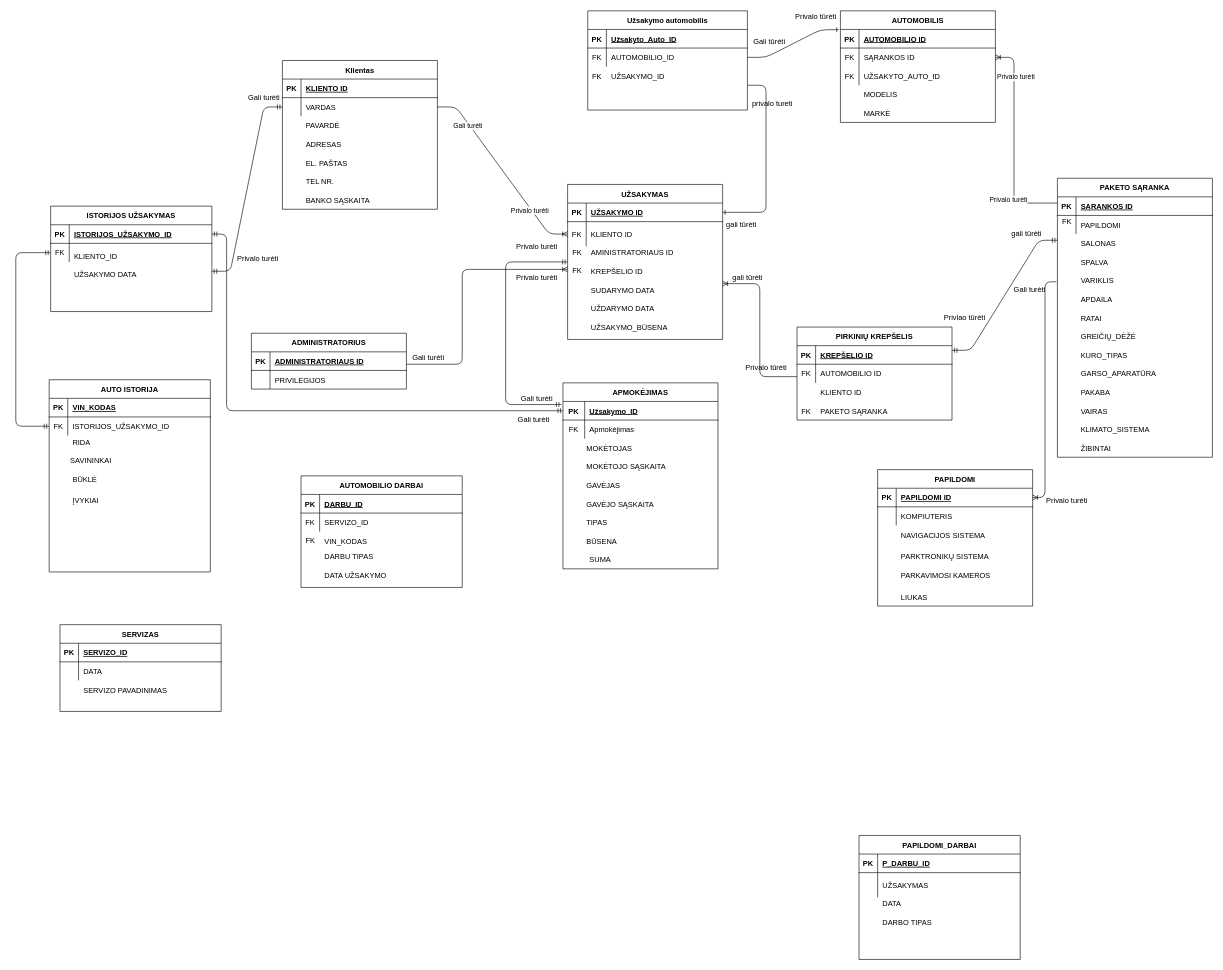
combatants7/Win keeps this draw.io diagram as DuomenuBazesMaketas.drawio. Above is the earlier version. Source tidied: cells renumbered, new cells numbered last; positions are measured from the earlier drawing's top-left corner, leaving out a move shared by most shapes. Both pictures are drawn from the tidied source at 62%, with x=0, y=0 at pixel (16, 11).
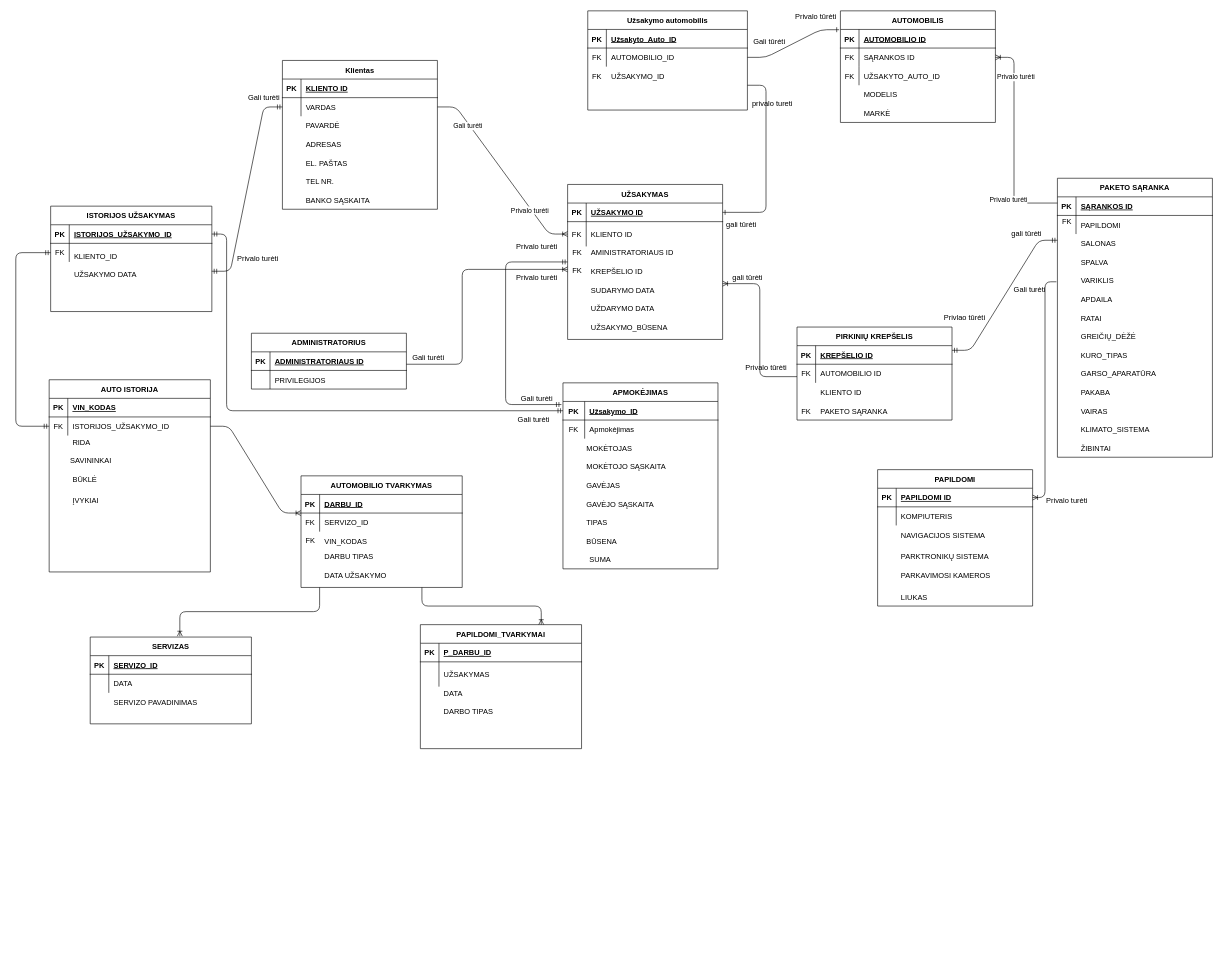
The same page after the edit.

The change refers to these unchanged cells:
```xml
<mxCell id="179" style="shape=partialRectangle;fillColor=none;points=[[0,0.5],[1,0.5]];portConstraint=eastwest;top=0;left=0;right=0;bottom=0;" parent="175" vertex="1">
  <mxGeometry y="60" width="260" height="30" as="geometry" />
</mxCell>
```

Diff of the diagram source:
```diff
@@
     <mxCell id="142" value="SERVIZO PAVADINIMAS" style="shape=partialRectangle;overflow=hidden;fillColor=none;top=0;left=0;bottom=0;right=0;align=left;spacingLeft=6;" parent="1" vertex="1">
-      <mxGeometry x="101.2" y="1080" width="230" height="30" as="geometry" />
+      <mxGeometry x="150" y="1100" width="230" height="30" as="geometry" />
     </mxCell>
@@
     <mxCell id="148" value="DATA" style="shape=partialRectangle;overflow=hidden;fillColor=none;top=0;left=0;bottom=0;right=0;align=left;spacingLeft=6;" parent="1" vertex="1">
-      <mxGeometry x="1390" y="1420" width="230" height="40" as="geometry" />
+      <mxGeometry x="682.5" y="1080" width="230" height="40" as="geometry" />
     </mxCell>
     <mxCell id="149" value="DARBO TIPAS" style="shape=partialRectangle;overflow=hidden;fillColor=none;top=0;left=0;bottom=0;right=0;align=left;spacingLeft=6;" parent="1" vertex="1">
-      <mxGeometry x="1390" y="1450" width="230" height="40" as="geometry" />
+      <mxGeometry x="682.5" y="1110" width="230" height="40" as="geometry" />
     </mxCell>
@@
-    <mxCell id="157" value="PAPILDOMI_DARBAI" style="shape=table;startSize=30;childLayout=tableLayout;rowLines=0;fontStyle=1;align=center;" parent="1" vertex="1">
-      <mxGeometry x="1360" y="1330" width="260" height="200" as="geometry" />
+    <mxCell id="157" value="PAPILDOMI_TVARKYMAI" style="shape=table;startSize=30;childLayout=tableLayout;rowLines=0;fontStyle=1;align=center;" parent="1" vertex="1">
+      <mxGeometry x="652.5" y="990" width="260" height="200" as="geometry" />
     </mxCell>
@@
-    <mxCell id="187" value="AUTOMOBILIO DARBAI" style="shape=table;startSize=30;childLayout=tableLayout;rowLines=0;fontStyle=1;align=center;" parent="1" vertex="1">
+    <mxCell id="187" value="AUTOMOBILIO TVARKYMAS" style="shape=table;startSize=30;childLayout=tableLayout;rowLines=0;fontStyle=1;align=center;" parent="1" vertex="1">
       <mxGeometry x="460" y="750" width="260" height="180" as="geometry" />
     </mxCell>
@@
     <mxCell id="194" value="SERVIZAS" style="shape=table;startSize=30;childLayout=tableLayout;rowLines=0;fontStyle=1;align=center;" parent="1" vertex="1">
-      <mxGeometry x="71.2" y="990" width="260" height="140" as="geometry" />
+      <mxGeometry x="120" y="1010" width="260" height="140" as="geometry" />
     </mxCell>
@@
+    <mxCell id="201" style="edgeStyle=entityRelationEdgeStyle;fontSize=12;html=1;endArrow=ERoneToMany;exitX=1;exitY=0.5;exitDx=0;exitDy=0;" parent="1" edge="1" source="179">
+      <mxGeometry relative="1" as="geometry">
+        <mxPoint x="460" y="810" as="targetPoint" />
+      </mxGeometry>
+    </mxCell>
+    <mxCell id="202" style="edgeStyle=elbowEdgeStyle;fontSize=12;html=1;endArrow=ERoneToMany;entryX=0.556;entryY=-0.01;entryDx=0;entryDy=0;entryPerimeter=0;elbow=vertical;" parent="1" edge="1" target="194">
+      <mxGeometry relative="1" as="geometry">
+        <mxPoint x="490" y="930" as="sourcePoint" />
+      </mxGeometry>
+    </mxCell>
+    <mxCell id="203" style="edgeStyle=elbowEdgeStyle;fontSize=12;html=1;endArrow=ERoneToMany;exitX=0.75;exitY=1;exitDx=0;exitDy=0;entryX=0.75;entryY=0;entryDx=0;entryDy=0;elbow=vertical;" parent="1" edge="1" source="187" target="157">
+      <mxGeometry relative="1" as="geometry" />
+    </mxCell>
```
